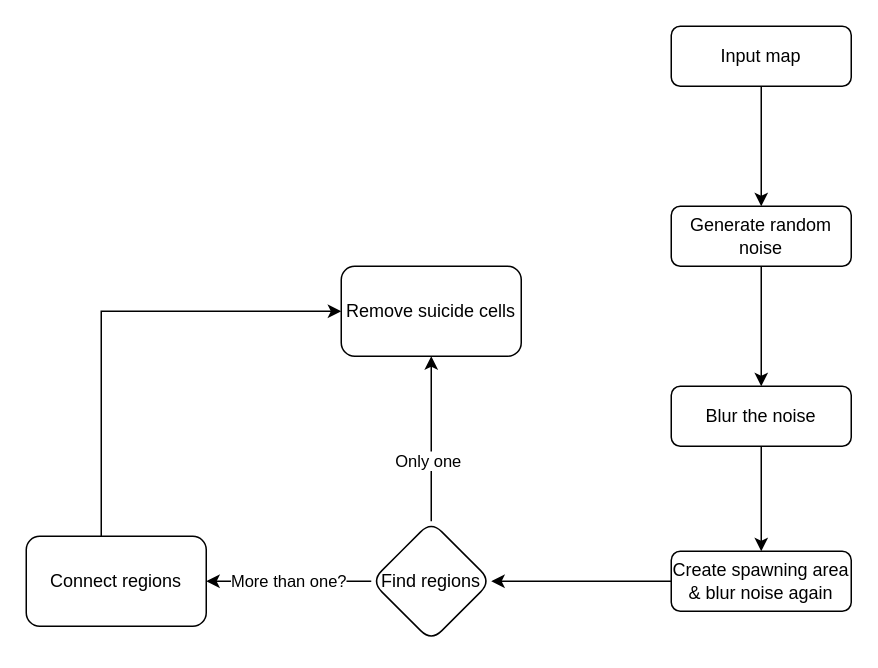
Buildasaurus/02104-Snake keeps this draw.io diagram as Documentation/LevelGeneratorFlowChart.drawio. Above is the earlier version. Source tidied: cells renumbered, new cells numbered last; positions are measured from the earlier drawing's top-left corner, leaving out a move shared by most shapes. Both pictures are drawn from the tidied source at 150%, with x=0, y=0 at pixel (26, 26).
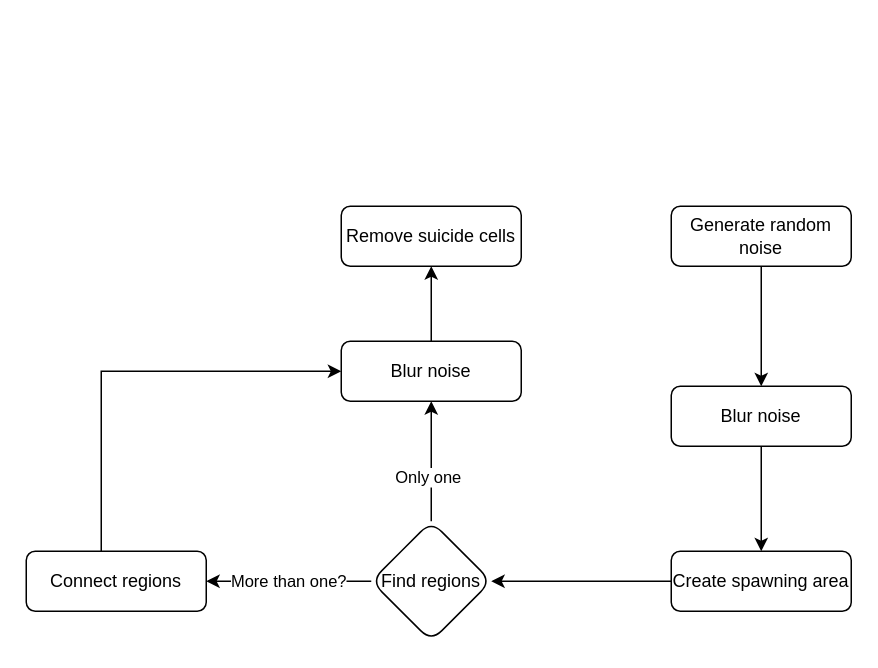
The same page after the edit.

Diff of the diagram source:
```diff
@@
 <mxGraphModel>
   <root>
     <mxCell id="0" />
     <mxCell id="1" parent="0" />
-    <mxCell id="2" style="edgeStyle=orthogonalEdgeStyle;rounded=0;jettySize=auto;html=1;" parent="1" edge="1" source="3" target="5">
-      <mxGeometry relative="1" as="geometry" />
-    </mxCell>
-    <mxCell id="3" value="Input map" style="rounded=1;whiteSpace=wrap;html=1;fontSize=12;glass=0;strokeWidth=1;shadow=0;" parent="1" vertex="1">
-      <mxGeometry x="430" width="120" height="40" as="geometry" />
-    </mxCell>
     <mxCell id="4" style="edgeStyle=orthogonalEdgeStyle;rounded=0;jettySize=auto;html=1;" parent="1" edge="1" source="5" target="7">
       <mxGeometry relative="1" as="geometry" />
     </mxCell>
     <mxCell id="5" value="Generate random noise" style="rounded=1;whiteSpace=wrap;html=1;fontSize=12;glass=0;strokeWidth=1;shadow=0;" parent="1" vertex="1">
       <mxGeometry x="430" y="120" width="120" height="40" as="geometry" />
     </mxCell>
     <mxCell id="6" style="edgeStyle=orthogonalEdgeStyle;rounded=0;jettySize=auto;html=1;" parent="1" edge="1" source="7" target="16">
       <mxGeometry relative="1" as="geometry" />
     </mxCell>
-    <mxCell id="7" value="Blur the noise" style="rounded=1;whiteSpace=wrap;html=1;fontSize=12;glass=0;strokeWidth=1;shadow=0;" parent="1" vertex="1">
+    <mxCell id="7" value="Blur noise" style="rounded=1;whiteSpace=wrap;html=1;fontSize=12;glass=0;strokeWidth=1;shadow=0;" parent="1" vertex="1">
       <mxGeometry x="430" y="240" width="120" height="40" as="geometry" />
     </mxCell>
     <mxCell id="8" value="More than one?" style="edgeStyle=orthogonalEdgeStyle;rounded=0;jettySize=auto;html=1;" parent="1" edge="1" source="11" target="13">
       <mxGeometry relative="1" as="geometry" />
     </mxCell>
     <mxCell id="9" style="edgeStyle=orthogonalEdgeStyle;rounded=0;jettySize=auto;html=1;" parent="1" edge="1" source="11" target="14">
       <mxGeometry relative="1" as="geometry" />
     </mxCell>
     <mxCell id="10" value="Only one" style="edgeLabel;html=1;align=center;verticalAlign=middle;" parent="9" vertex="1">
       <mxGeometry x="-0.25" y="3" relative="1" as="geometry" />
     </mxCell>
     <mxCell id="11" value="Find regions" style="rhombus;whiteSpace=wrap;html=1;rounded=1;glass=0;strokeWidth=1;shadow=0;" parent="1" vertex="1">
       <mxGeometry x="230" y="330" width="80" height="80" as="geometry" />
     </mxCell>
     <mxCell id="12" style="edgeStyle=orthogonalEdgeStyle;rounded=0;jettySize=auto;html=1;entryX=0;entryY=0.5;entryDx=0;entryDy=0;" parent="1" edge="1" source="13" target="14">
       <mxGeometry relative="1" as="geometry">
         <Array as="points">
-          <mxPoint x="50" y="190" />
+          <mxPoint x="50" y="230" />
         </Array>
       </mxGeometry>
     </mxCell>
     <mxCell id="13" value="Connect regions" style="whiteSpace=wrap;html=1;rounded=1;glass=0;strokeWidth=1;shadow=0;" parent="1" vertex="1">
-      <mxGeometry y="340" width="120" height="60" as="geometry" />
+      <mxGeometry y="350" width="120" height="40" as="geometry" />
     </mxCell>
+    <mxCell id="17" style="edgeStyle=orthogonalEdgeStyle;rounded=0;jettySize=auto;html=1;" parent="1" edge="1" source="14" target="18">
+      <mxGeometry relative="1" as="geometry" />
+    </mxCell>
-    <mxCell id="14" value="Remove suicide cells" style="whiteSpace=wrap;html=1;rounded=1;glass=0;strokeWidth=1;shadow=0;" parent="1" vertex="1">
-      <mxGeometry x="210" y="160" width="120" height="60" as="geometry" />
+    <mxCell id="14" value="Blur noise" style="whiteSpace=wrap;html=1;rounded=1;glass=0;strokeWidth=1;shadow=0;" parent="1" vertex="1">
+      <mxGeometry x="210" y="210" width="120" height="40" as="geometry" />
     </mxCell>
     <mxCell id="15" style="edgeStyle=orthogonalEdgeStyle;rounded=0;jettySize=auto;html=1;" parent="1" edge="1" source="16" target="11">
       <mxGeometry relative="1" as="geometry" />
     </mxCell>
-    <mxCell id="16" value="Create spawning area &amp;amp; blur noise again" style="rounded=1;whiteSpace=wrap;html=1;fontSize=12;glass=0;strokeWidth=1;shadow=0;" parent="1" vertex="1">
+    <mxCell id="16" value="Create spawning area" style="rounded=1;whiteSpace=wrap;html=1;fontSize=12;glass=0;strokeWidth=1;shadow=0;" parent="1" vertex="1">
       <mxGeometry x="430" y="350" width="120" height="40" as="geometry" />
     </mxCell>
+    <mxCell id="18" value="Remove suicide cells" style="whiteSpace=wrap;html=1;rounded=1;glass=0;strokeWidth=1;shadow=0;" parent="1" vertex="1">
+      <mxGeometry x="210" y="120" width="120" height="40" as="geometry" />
+    </mxCell>
   </root>
 </mxGraphModel>
```
